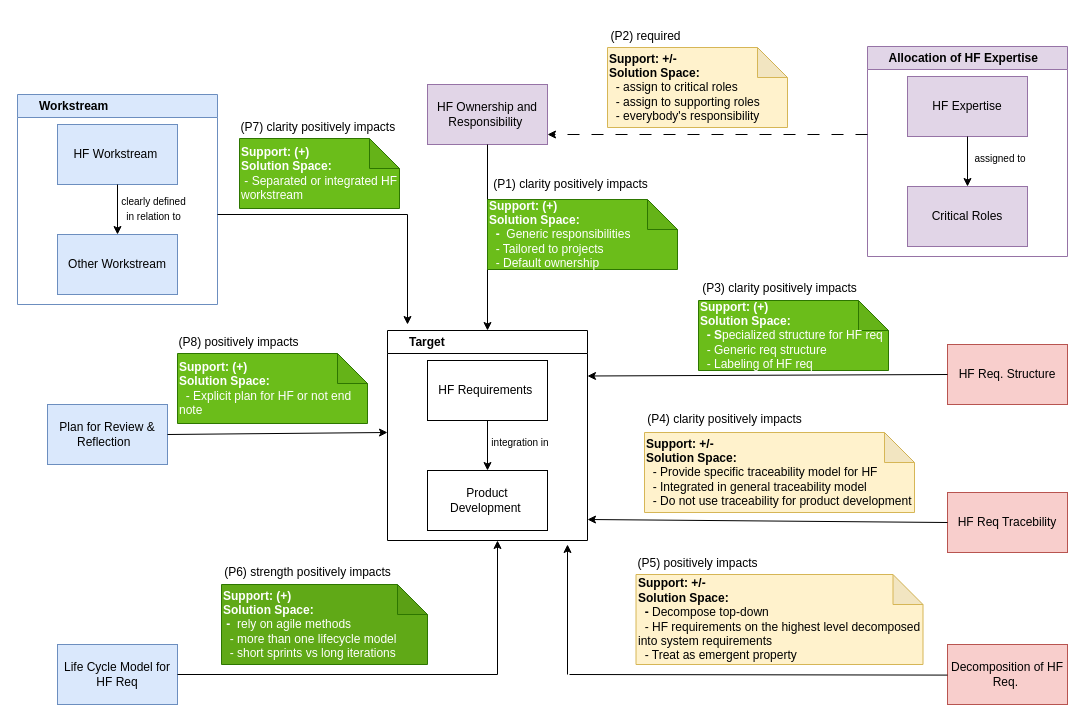
The draw.io diagram page "Page-3" (3 of 3) of HF Strategy.drawio in amnapir/Figures, before the edit. Source tidied: cells renumbered, new cells numbered last; positions are measured from the earlier drawing's top-left corner, leaving out a move shared by most shapes. Both pictures are drawn from the tidied source at 100%, with x=0, y=0 at pixel (17, 17).
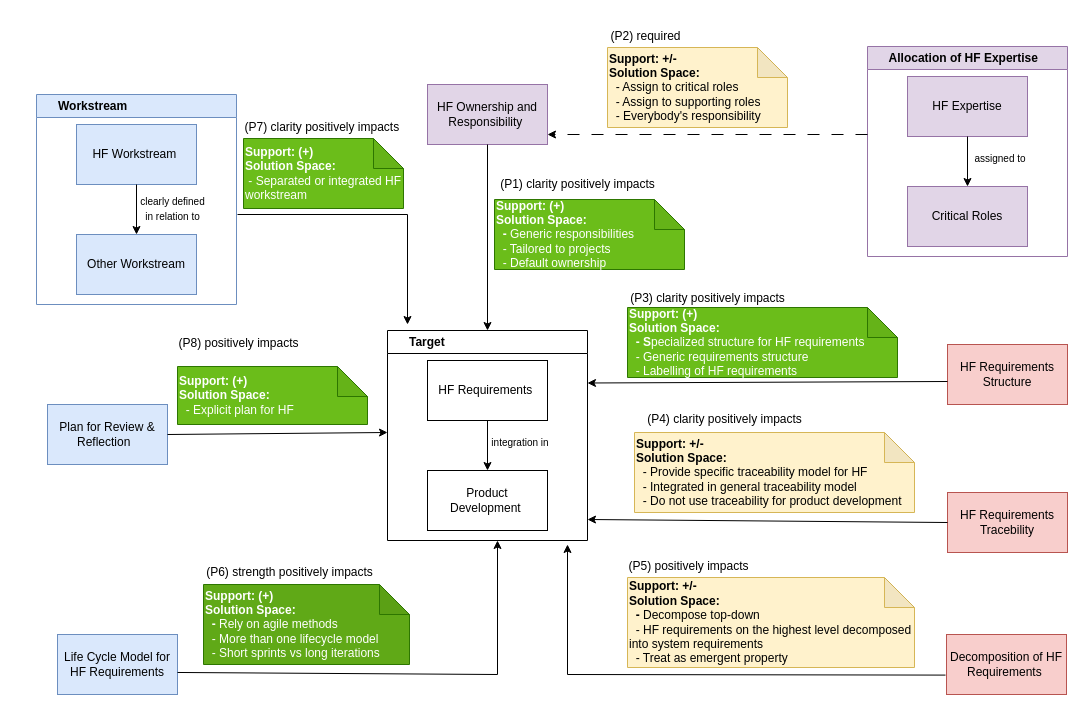
The same diagram, later.

Unchanged cells that the change refers to:
```xml
<mxCell id="44" style="group;" parent="1" vertex="1">
  <mxGeometry x="627" y="387" width="270" height="108" as="geometry" />
</mxCell>
<mxCell id="53" style="group;" parent="1" vertex="1">
  <mxGeometry x="590" width="180" height="110" as="geometry" />
</mxCell>
```

Diff of the diagram source:
```diff
@@
     <mxCell id="7" value="&amp;nbsp; &amp;nbsp; &amp;nbsp; Workstream" style="swimlane;whiteSpace=wrap;html=1;align=left;fillColor=#dae8fc;strokeColor=#6c8ebf;" parent="1" vertex="1">
-      <mxGeometry y="77" width="200" height="210" as="geometry" />
+      <mxGeometry x="19" y="77" width="200" height="210" as="geometry" />
     </mxCell>
@@
-    <mxCell id="12" value="Decomposition of HF Req.&amp;nbsp;" style="rounded=0;whiteSpace=wrap;html=1;fillColor=#f8cecc;strokeColor=#b85450;" parent="1" vertex="1">
-      <mxGeometry x="930" y="627" width="120" height="60" as="geometry" />
+    <mxCell id="12" value="Decomposition of HF Requirements&amp;nbsp;" style="rounded=0;whiteSpace=wrap;html=1;fillColor=#f8cecc;strokeColor=#b85450;" parent="1" vertex="1">
+      <mxGeometry x="929" y="617" width="120" height="60" as="geometry" />
     </mxCell>
@@
-    <mxCell id="18" value="HF Req. Structure" style="rounded=0;whiteSpace=wrap;html=1;fillColor=#f8cecc;strokeColor=#b85450;" parent="1" vertex="1">
+    <mxCell id="18" value="HF Requirements Structure" style="rounded=0;whiteSpace=wrap;html=1;fillColor=#f8cecc;strokeColor=#b85450;" parent="1" vertex="1">
       <mxGeometry x="930" y="327" width="120" height="60" as="geometry" />
     </mxCell>
-    <mxCell id="19" style="endArrow=classic;html=1;rounded=0;exitX=0;exitY=0.5;exitDx=0;exitDy=0;entryX=1;entryY=0.25;entryDx=0;entryDy=0;" parent="1" edge="1" source="18">
+    <mxCell id="19" style="endArrow=classic;html=1;rounded=0;exitX=0;exitY=0.5;exitDx=0;exitDy=0;entryX=1;entryY=0.25;entryDx=0;entryDy=0;" parent="1" edge="1">
       <mxGeometry relative="1" as="geometry">
-        <mxPoint x="570" y="358.5" as="targetPoint" />
+        <mxPoint x="930" y="364" as="sourcePoint" />
+        <mxPoint x="570" y="365.5" as="targetPoint" />
       </mxGeometry>
     </mxCell>
-    <mxCell id="20" value="HF Req Tracebility" style="rounded=0;whiteSpace=wrap;html=1;fillColor=#f8cecc;strokeColor=#b85450;" parent="1" vertex="1">
+    <mxCell id="20" value="HF Requirements Tracebility" style="rounded=0;whiteSpace=wrap;html=1;fillColor=#f8cecc;strokeColor=#b85450;" parent="1" vertex="1">
       <mxGeometry x="930" y="475" width="120" height="60" as="geometry" />
     </mxCell>
@@
     <mxCell id="30" style="endArrow=none;html=1;rounded=0;" parent="1" edge="1">
       <mxGeometry relative="1" as="geometry">
-        <mxPoint x="200" y="197" as="sourcePoint" />
+        <mxPoint x="220" y="197" as="sourcePoint" />
         <mxPoint x="390" y="197" as="targetPoint" />
       </mxGeometry>
     </mxCell>
     <mxCell id="31" style="endArrow=none;html=1;rounded=0;entryX=-0.019;entryY=0.853;entryDx=0;entryDy=0;entryPerimeter=0;" parent="1" edge="1">
       <mxGeometry relative="1" as="geometry">
-        <mxPoint x="552" y="657" as="sourcePoint" />
-        <mxPoint x="930" y="657.6" as="targetPoint" />
+        <mxPoint x="550" y="657" as="sourcePoint" />
+        <mxPoint x="928" y="657.6" as="targetPoint" />
       </mxGeometry>
     </mxCell>
     <mxCell id="32" style="group;" parent="1" vertex="1">
-      <mxGeometry x="212" y="91" width="190" height="100" as="geometry" />
+      <mxGeometry x="216" y="91" width="190" height="100" as="geometry" />
     </mxCell>
@@
     <mxCell id="35" style="group;" parent="1" vertex="1">
-      <mxGeometry x="150" y="308" width="200" height="98" as="geometry" />
+      <mxGeometry x="150" y="309" width="200" height="98" as="geometry" />
     </mxCell>
@@
-    <mxCell id="37" value="&lt;b&gt;Support: (+)&lt;br&gt;Solution Space:&lt;br&gt;&amp;nbsp;&lt;/b&gt;&amp;nbsp;- Explicit plan for HF or not end note" style="shape=note;whiteSpace=wrap;html=1;backgroundOutline=1;darkOpacity=0.05;size=30;align=left;fillColor=#6BBD1A;strokeColor=#2D7600;fontColor=#ffffff;" parent="35" vertex="1">
-      <mxGeometry x="10" y="28" width="190" height="70" as="geometry" />
+    <mxCell id="37" value="&lt;b&gt;Support: (+)&lt;br&gt;Solution Space:&lt;br&gt;&amp;nbsp;&lt;/b&gt;&amp;nbsp;- Explicit plan for HF&amp;nbsp;" style="shape=note;whiteSpace=wrap;html=1;backgroundOutline=1;darkOpacity=0.05;size=30;align=left;fillColor=#6BBD1A;strokeColor=#2D7600;fontColor=#ffffff;" parent="35" vertex="1">
+      <mxGeometry x="10" y="40" width="190" height="58" as="geometry" />
     </mxCell>
     <mxCell id="38" style="group;" parent="1" vertex="1">
-      <mxGeometry x="204" y="537" width="206" height="110" as="geometry" />
+      <mxGeometry x="186" y="537" width="206" height="110" as="geometry" />
     </mxCell>
-    <mxCell id="39" value="&lt;b style=&quot;border-color: var(--border-color); caret-color: rgb(255, 255, 255);&quot;&gt;Support: (+)&lt;br style=&quot;border-color: var(--border-color);&quot;&gt;Solution Space:&lt;br style=&quot;border-color: var(--border-color);&quot;&gt;&amp;nbsp;-&amp;nbsp;&lt;/b&gt;&amp;nbsp;rely on agile methods&lt;div style=&quot;border-color: var(--border-color); caret-color: rgb(255, 255, 255);&quot;&gt;&amp;nbsp; - more than one lifecycle model&lt;/div&gt;&lt;div style=&quot;border-color: var(--border-color); caret-color: rgb(255, 255, 255);&quot;&gt;&amp;nbsp; - short sprints vs long iterations&lt;/div&gt;" style="shape=note;whiteSpace=wrap;html=1;backgroundOutline=1;darkOpacity=0.05;size=30;align=left;fillColor=#60a917;strokeColor=#2D7600;fontColor=#ffffff;" parent="38" vertex="1">
+    <mxCell id="39" value="&lt;b style=&quot;border-color: var(--border-color); caret-color: rgb(255, 255, 255);&quot;&gt;Support: (+)&lt;br style=&quot;border-color: var(--border-color);&quot;&gt;Solution Space:&lt;br style=&quot;border-color: var(--border-color);&quot;&gt;&amp;nbsp; -&amp;nbsp;&lt;/b&gt;Rely on agile methods&lt;div style=&quot;border-color: var(--border-color); caret-color: rgb(255, 255, 255);&quot;&gt;&amp;nbsp; - More than one lifecycle model&lt;/div&gt;&lt;div style=&quot;border-color: var(--border-color); caret-color: rgb(255, 255, 255);&quot;&gt;&amp;nbsp; - Short sprints vs long iterations&lt;/div&gt;" style="shape=note;whiteSpace=wrap;html=1;backgroundOutline=1;darkOpacity=0.05;size=30;align=left;fillColor=#60a917;strokeColor=#2D7600;fontColor=#ffffff;" parent="38" vertex="1">
       <mxGeometry y="30" width="206" height="80" as="geometry" />
     </mxCell>
@@
     <mxCell id="41" style="group;" parent="1" vertex="1">
-      <mxGeometry x="618.5" y="527" width="287" height="120" as="geometry" />
+      <mxGeometry x="610" y="530" width="287" height="120" as="geometry" />
     </mxCell>
@@
     <mxCell id="45" value="&lt;b style=&quot;border-color: var(--border-color);&quot;&gt;Support: +/-&lt;br style=&quot;border-color: var(--border-color);&quot;&gt;Solution Space:&lt;br style=&quot;border-color: var(--border-color);&quot;&gt;&amp;nbsp;&lt;/b&gt;&lt;span style=&quot;border-color: var(--border-color);&quot;&gt; - P&lt;/span&gt;rovide specific traceability model for HF&lt;div style=&quot;border-color: var(--border-color);&quot;&gt;&amp;nbsp; - Integrated in general traceability model&lt;/div&gt;&lt;div style=&quot;border-color: var(--border-color);&quot;&gt;&amp;nbsp; - Do not use traceability for product development&lt;/div&gt;" style="shape=note;whiteSpace=wrap;html=1;backgroundOutline=1;darkOpacity=0.05;size=30;align=left;fillColor=#fff2cc;strokeColor=#d6b656;" parent="44" vertex="1">
-      <mxGeometry y="28" width="270" height="80" as="geometry" />
+      <mxGeometry x="-10" y="28" width="280" height="80" as="geometry" />
     </mxCell>
@@
     <mxCell id="47" style="group;" parent="1" vertex="1">
-      <mxGeometry x="680" y="252" width="191" height="101" as="geometry" />
+      <mxGeometry x="670" y="252" width="210" height="101" as="geometry" />
     </mxCell>
-    <mxCell id="48" value="&lt;b&gt;Support: (+)&lt;br&gt;Solution Space:&lt;br&gt;&amp;nbsp; - S&lt;/b&gt;pecialized structure for HF req&lt;div&gt;&amp;nbsp; - Generic req structure&lt;/div&gt;&lt;div&gt;&amp;nbsp; - Labeling of HF req&lt;/div&gt;" style="shape=note;whiteSpace=wrap;html=1;backgroundOutline=1;darkOpacity=0.05;size=30;align=left;fillColor=#6BBD1A;strokeColor=#2D7600;fontColor=#ffffff;" parent="47" vertex="1">
-      <mxGeometry x="1" y="31" width="190" height="70" as="geometry" />
+    <mxCell id="48" value="&lt;b&gt;Support: (+)&lt;br&gt;Solution Space:&lt;br&gt;&amp;nbsp; - S&lt;/b&gt;pecialized structure for HF requirements&lt;div&gt;&amp;nbsp; - Generic requirements structure&lt;/div&gt;&lt;div&gt;&amp;nbsp; - Labelling of HF requirements&amp;nbsp;&lt;/div&gt;" style="shape=note;whiteSpace=wrap;html=1;backgroundOutline=1;darkOpacity=0.05;size=30;align=left;fillColor=#6BBD1A;strokeColor=#2D7600;fontColor=#ffffff;" parent="47" vertex="1">
+      <mxGeometry x="-60" y="38" width="270" height="70" as="geometry" />
     </mxCell>
     <mxCell id="49" value="(P3) clarity positively impacts" style="text;html=1;align=center;verticalAlign=middle;strokeColor=none;fillColor=none;" parent="47" vertex="1">
-      <mxGeometry x="-8" y="4" width="180" height="30" as="geometry" />
+      <mxGeometry x="-70" y="14" width="180" height="30" as="geometry" />
     </mxCell>
     <mxCell id="50" style="group;" parent="1" vertex="1">
-      <mxGeometry x="470" y="152" width="190" height="100" as="geometry" />
+      <mxGeometry x="477" y="152" width="190" height="100" as="geometry" />
     </mxCell>
-    <mxCell id="51" value="&lt;b&gt;Support: (+)&lt;br&gt;Solution Space:&lt;br&gt;&amp;nbsp; -&amp;nbsp;&lt;/b&gt;&amp;nbsp;Generic responsibilities&lt;div&gt;&amp;nbsp; - Tailored to projects&lt;/div&gt;&lt;div&gt;&amp;nbsp; - Default ownership&lt;/div&gt;" style="shape=note;whiteSpace=wrap;html=1;backgroundOutline=1;darkOpacity=0.05;size=30;align=left;fillColor=#6BBD1A;strokeColor=#2D7600;fontColor=#ffffff;" parent="50" vertex="1">
+    <mxCell id="51" value="&lt;b&gt;Support: (+)&lt;br&gt;Solution Space:&lt;br&gt;&amp;nbsp; -&amp;nbsp;&lt;/b&gt;Generic responsibilities&lt;div&gt;&amp;nbsp; - Tailored to projects&lt;/div&gt;&lt;div&gt;&amp;nbsp; - Default ownership&lt;/div&gt;" style="shape=note;whiteSpace=wrap;html=1;backgroundOutline=1;darkOpacity=0.05;size=30;align=left;fillColor=#6BBD1A;strokeColor=#2D7600;fontColor=#ffffff;" parent="50" vertex="1">
       <mxGeometry y="30" width="190" height="70" as="geometry" />
     </mxCell>
@@
-    <mxCell id="54" value="&lt;b style=&quot;border-color: var(--border-color);&quot;&gt;Support: +/-&lt;br style=&quot;border-color: var(--border-color);&quot;&gt;Solution Space:&lt;br style=&quot;border-color: var(--border-color);&quot;&gt;&amp;nbsp;&lt;/b&gt;&lt;span style=&quot;border-color: var(--border-color);&quot;&gt; - assign to critical roles&lt;div&gt;&amp;nbsp; - assign to supporting roles&lt;/div&gt;&lt;div&gt;&amp;nbsp; - everybody's responsibility&lt;/div&gt;&lt;/span&gt;" style="shape=note;whiteSpace=wrap;html=1;backgroundOutline=1;darkOpacity=0.05;size=30;align=left;fillColor=#fff2cc;strokeColor=#d6b656;" parent="53" vertex="1">
+    <mxCell id="54" value="&lt;b style=&quot;border-color: var(--border-color);&quot;&gt;Support: +/-&lt;br style=&quot;border-color: var(--border-color);&quot;&gt;Solution Space:&lt;br style=&quot;border-color: var(--border-color);&quot;&gt;&amp;nbsp;&lt;/b&gt;&lt;span style=&quot;border-color: var(--border-color);&quot;&gt; - Assign to critical roles&lt;div&gt;&amp;nbsp; - Assign to supporting roles&lt;/div&gt;&lt;div&gt;&amp;nbsp; - Everybody's responsibility&lt;/div&gt;&lt;/span&gt;" style="shape=note;whiteSpace=wrap;html=1;backgroundOutline=1;darkOpacity=0.05;size=30;align=left;fillColor=#fff2cc;strokeColor=#d6b656;" parent="53" vertex="1">
       <mxGeometry y="30" width="180" height="80" as="geometry" />
     </mxCell>
@@
-    <mxCell id="56" value="Life Cycle Model for HF Req" style="rounded=0;whiteSpace=wrap;html=1;fillColor=#dae8fc;strokeColor=#6c8ebf;" parent="1" vertex="1">
-      <mxGeometry x="40" y="627" width="120" height="60" as="geometry" />
+    <mxCell id="56" value="Life Cycle Model for HF Requirements" style="rounded=0;whiteSpace=wrap;html=1;fillColor=#dae8fc;strokeColor=#6c8ebf;" parent="1" vertex="1">
+      <mxGeometry x="40" y="617" width="120" height="60" as="geometry" />
     </mxCell>
-    <mxCell id="57" style="endArrow=none;html=1;rounded=0;exitX=1;exitY=0.5;exitDx=0;exitDy=0;" parent="1" edge="1" source="56">
+    <mxCell id="57" style="endArrow=none;html=1;rounded=0;exitX=1;exitY=0.633;exitDx=0;exitDy=0;exitPerimeter=0;" parent="1" edge="1" source="56">
       <mxGeometry relative="1" as="geometry">
         <mxPoint x="480" y="657" as="targetPoint" />
       </mxGeometry>
     </mxCell>
```
